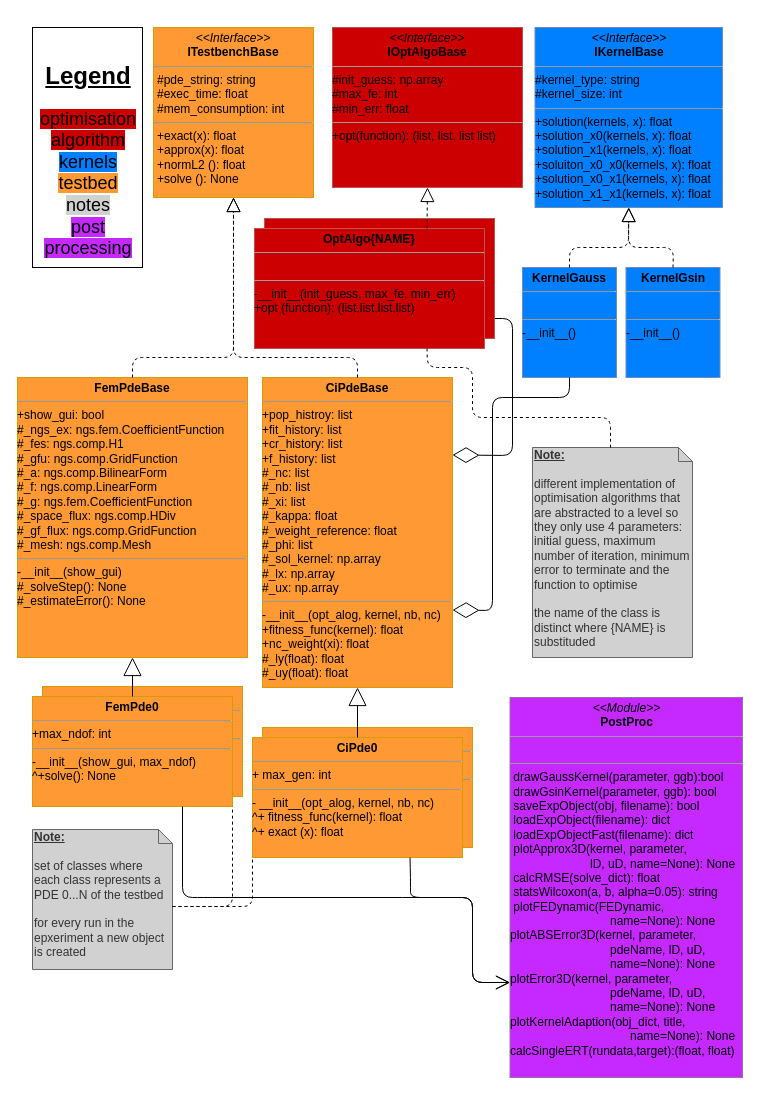
The draw.io diagram code/uml_diag/testbench_uml_class.drawio in nicolai-schwartze/Masterthesis, before the edit. Source tidied: cells renumbered, new cells numbered last; positions are measured from the earlier drawing's top-left corner, leaving out a move shared by most shapes. Both pictures are drawn from the tidied source at 100%, with x=0, y=0 at pixel (17, 27).
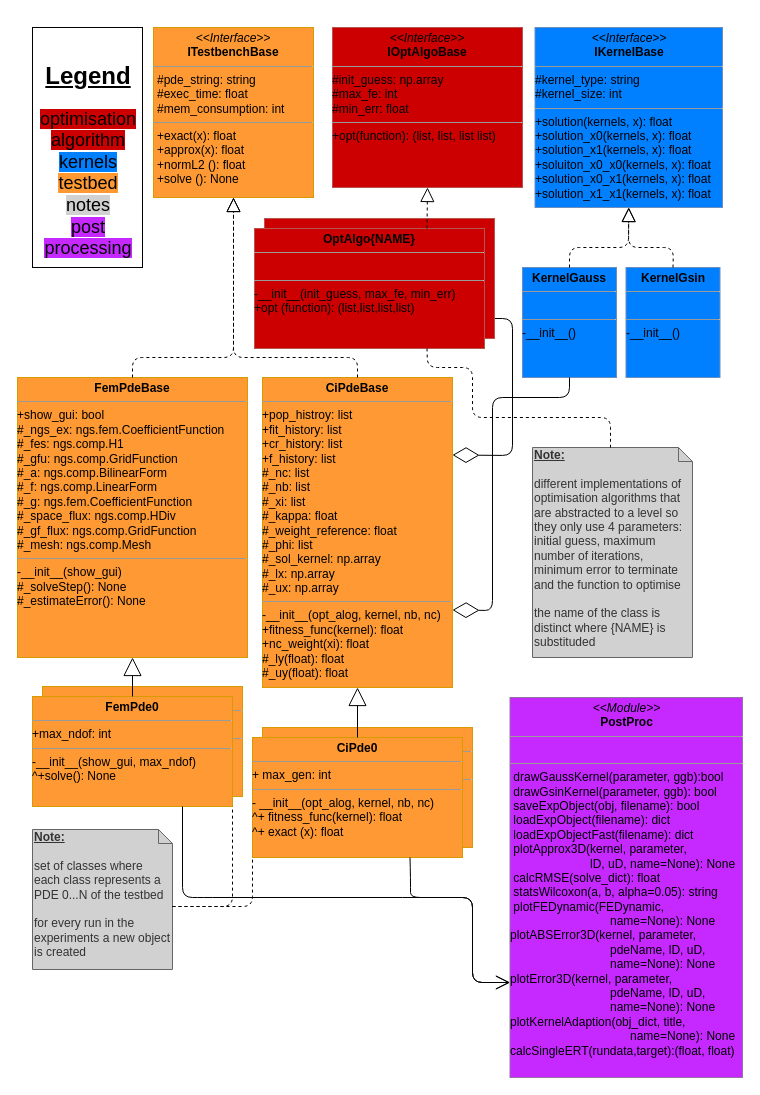
The same page after the edit.

Change to the diagram source:
```diff
@@
-    <mxCell id="11" value="&lt;div&gt;&lt;u&gt;&lt;b&gt;Note: &lt;/b&gt;&lt;br&gt;&lt;/u&gt;&lt;/div&gt;&lt;div&gt;&lt;u&gt;&lt;/u&gt;&lt;br&gt;&lt;/div&gt;&lt;div&gt;set of classes where each class represents a &lt;br&gt;&lt;/div&gt;&lt;div&gt;PDE 0...N of the testbed&lt;/div&gt;&lt;div&gt;&lt;br&gt;&lt;/div&gt;&lt;div&gt;for every run in the epxeriment a new object is created&lt;br&gt;&lt;/div&gt;" style="shape=note;whiteSpace=wrap;html=1;size=14;verticalAlign=top;align=left;spacingTop=-6;fillColor=#D1D1D1;strokeColor=#666666;fontColor=#333333;" parent="1" vertex="1">
+    <mxCell id="11" value="&lt;div&gt;&lt;u&gt;&lt;b&gt;Note: &lt;/b&gt;&lt;br&gt;&lt;/u&gt;&lt;/div&gt;&lt;div&gt;&lt;u&gt;&lt;/u&gt;&lt;br&gt;&lt;/div&gt;&lt;div&gt;set of classes where each class represents a &lt;br&gt;&lt;/div&gt;&lt;div&gt;PDE 0...N of the testbed&lt;/div&gt;&lt;div&gt;&lt;br&gt;&lt;/div&gt;&lt;div&gt;for every run in the experiments a new object is created&lt;br&gt;&lt;/div&gt;" style="shape=note;whiteSpace=wrap;html=1;size=14;verticalAlign=top;align=left;spacingTop=-6;fillColor=#D1D1D1;strokeColor=#666666;fontColor=#333333;" parent="1" vertex="1">
       <mxGeometry x="15" y="802" width="140" height="140" as="geometry" />
     </mxCell>
@@
-    <mxCell id="22" value="&lt;div&gt;&lt;u&gt;&lt;b&gt;Note: &lt;/b&gt;&lt;br&gt;&lt;/u&gt;&lt;/div&gt;&lt;div&gt;&lt;br&gt;&lt;/div&gt;&lt;div&gt;different implementation of&amp;nbsp;&lt;/div&gt;&lt;div&gt;optimisation algorithms that &lt;br&gt;&lt;/div&gt;&lt;div&gt;are abstracted to a level so they only use 4 parameters: initial guess, maximum number of iteration, minimum error to terminate and the function to optimise&lt;/div&gt;&lt;div&gt;&lt;br&gt;&lt;/div&gt;&lt;div&gt;the name of the class is distinct where {NAME} is substituded&lt;br&gt;&lt;/div&gt;&lt;div&gt;&lt;br&gt;&lt;/div&gt;" style="shape=note;whiteSpace=wrap;html=1;size=14;verticalAlign=top;align=left;spacingTop=-6;fillColor=#D1D1D1;strokeColor=#666666;fontColor=#333333;" parent="1" vertex="1">
+    <mxCell id="22" value="&lt;div&gt;&lt;u&gt;&lt;b&gt;Note: &lt;/b&gt;&lt;br&gt;&lt;/u&gt;&lt;/div&gt;&lt;div&gt;&lt;br&gt;&lt;/div&gt;&lt;div&gt;different implementations of&amp;nbsp;&lt;/div&gt;&lt;div&gt;optimisation algorithms that &lt;br&gt;&lt;/div&gt;&lt;div&gt;are abstracted to a level so they only use 4 parameters: initial guess, maximum number of iterations, minimum error to terminate and the function to optimise&lt;/div&gt;&lt;div&gt;&lt;br&gt;&lt;/div&gt;&lt;div&gt;the name of the class is distinct where {NAME} is substituded&lt;br&gt;&lt;/div&gt;&lt;div&gt;&lt;br&gt;&lt;/div&gt;" style="shape=note;whiteSpace=wrap;html=1;size=14;verticalAlign=top;align=left;spacingTop=-6;fillColor=#D1D1D1;strokeColor=#666666;fontColor=#333333;" parent="1" vertex="1">
       <mxGeometry x="515" y="420" width="160" height="210" as="geometry" />
     </mxCell>
```
